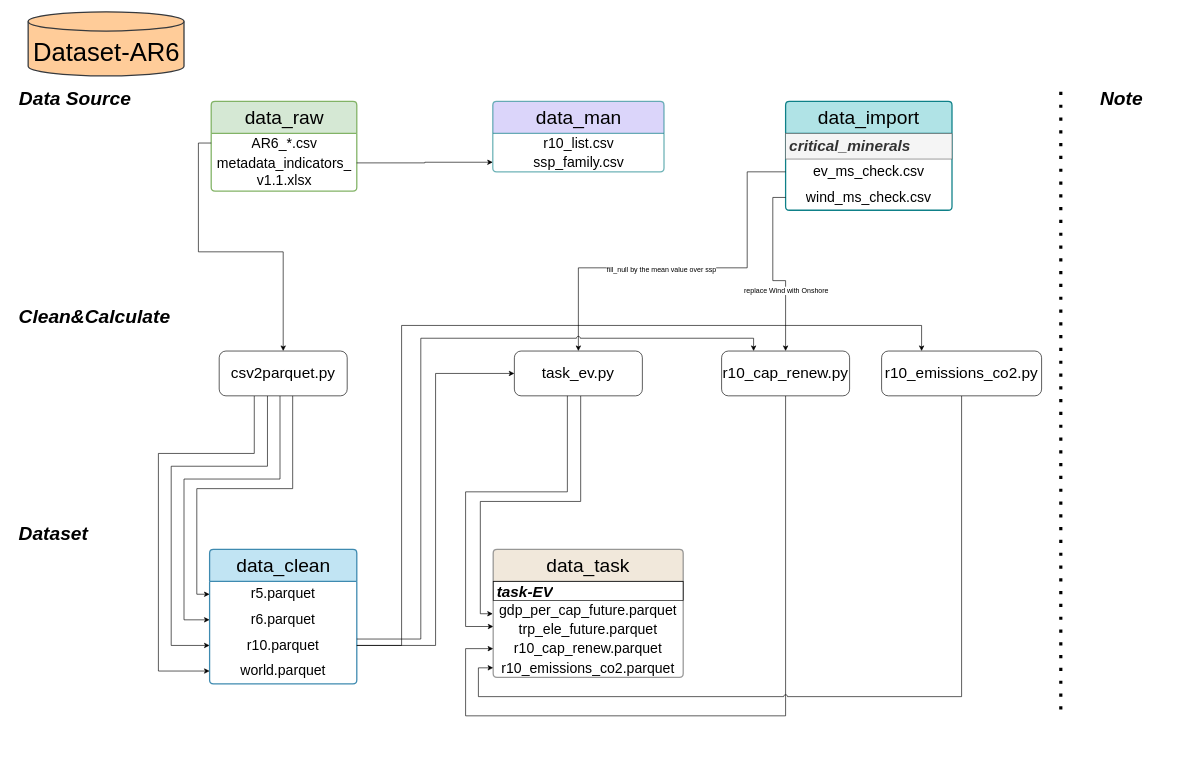
jenchen95/dataset-ar6 keeps this draw.io diagram as structure.drawio. Above is the earlier version. Source tidied: cells renumbered, new cells numbered last; positions are measured from the earlier drawing's top-left corner, leaving out a move shared by most shapes. Both pictures are drawn from the tidied source at 64%, with x=0, y=0 at pixel (11, 12).
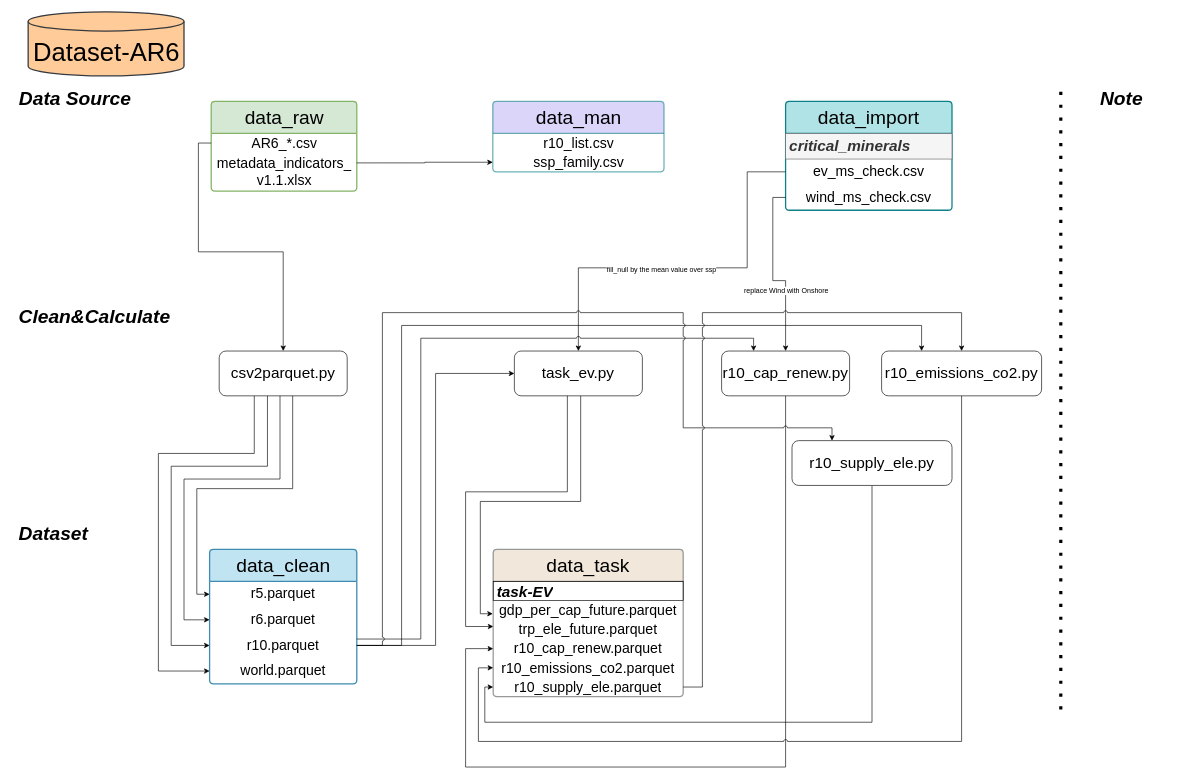
The same page after the edit.

The change refers to these unchanged cells:
```xml
<mxCell id="29" value="&lt;font style=&quot;font-size: 22px;&quot;&gt;r10_cap_renew.parquet&lt;/font&gt;" style="text;strokeColor=none;fillColor=none;align=center;verticalAlign=middle;spacingLeft=4;spacingRight=4;overflow=hidden;points=[[0,0.5],[1,0.5]];portConstraint=eastwest;whiteSpace=wrap;html=1;" parent="25" vertex="1">
  <mxGeometry y="140" width="296.9" height="30" as="geometry" />
</mxCell>
<mxCell id="30" value="&lt;font style=&quot;font-size: 22px;&quot;&gt;r10_emissions_co2.parquet&lt;/font&gt;" style="text;strokeColor=none;fillColor=none;align=center;verticalAlign=middle;spacingLeft=4;spacingRight=4;overflow=hidden;points=[[0,0.5],[1,0.5]];portConstraint=eastwest;whiteSpace=wrap;html=1;" parent="25" vertex="1">
  <mxGeometry y="170" width="296.9" height="30" as="geometry" />
</mxCell>
<mxCell id="37" value="r10.parquet" style="text;strokeColor=none;fillColor=none;align=center;verticalAlign=top;spacingLeft=4;spacingRight=4;overflow=hidden;points=[[0,0.5],[1,0.5]];portConstraint=eastwest;whiteSpace=wrap;html=1;fontSize=22;" parent="34" vertex="1">
  <mxGeometry y="130" width="230" height="40" as="geometry" />
</mxCell>
<mxCell id="44" value="&lt;font style=&quot;font-size: 24px;&quot;&gt;r10_cap_renew.py&lt;/font&gt;" style="rounded=1;whiteSpace=wrap;html=1;" parent="1" vertex="1">
  <mxGeometry x="1110" y="530" width="200" height="70" as="geometry" />
</mxCell>
<mxCell id="49" value="&lt;font style=&quot;font-size: 24px;&quot;&gt;r10_emissions_co2.py&lt;/font&gt;" style="rounded=1;whiteSpace=wrap;html=1;" parent="1" vertex="1">
  <mxGeometry x="1360" y="530" width="250" height="70" as="geometry" />
</mxCell>
```

The edit, as a diff of the source:
```diff
@@
     <mxCell id="25" value="&lt;span style=&quot;font-size: 30px;&quot;&gt;data_task&lt;/span&gt;" style="swimlane;fontStyle=0;horizontal=1;startSize=50;whiteSpace=wrap;html=1;fillColor=#eee3d3;strokeColor=#808080;rounded=1;align=center;fillStyle=auto;strokeWidth=2;shadow=0;dashed=0;arcSize=4;opacity=80;" parent="1" vertex="1">
-      <mxGeometry x="753.1" y="840" width="296.9" height="200" as="geometry" />
+      <mxGeometry x="753.1" y="840" width="296.9" height="230" as="geometry" />
     </mxCell>
@@
+    <mxCell id="51" value="&lt;font style=&quot;font-size: 22px;&quot;&gt;r10_supply_ele.parquet&lt;/font&gt;" style="text;strokeColor=none;fillColor=none;align=center;verticalAlign=middle;spacingLeft=4;spacingRight=4;overflow=hidden;points=[[0,0.5],[1,0.5]];portConstraint=eastwest;whiteSpace=wrap;html=1;" parent="25" vertex="1">
+      <mxGeometry y="200" width="296.9" height="30" as="geometry" />
+    </mxCell>
@@
     <mxCell id="43" style="edgeStyle=orthogonalEdgeStyle;rounded=0;jettySize=auto;html=1;exitX=0.5;exitY=1;exitDx=0;exitDy=0;entryX=0;entryY=0.5;entryDx=0;entryDy=0;" parent="1" edge="1" source="44" target="29">
       <mxGeometry relative="1" as="geometry">
         <Array as="points">
-          <mxPoint x="1210" y="1100" />
-          <mxPoint x="710" y="1100" />
+          <mxPoint x="1210" y="1180" />
+          <mxPoint x="710" y="1180" />
           <mxPoint x="710" y="995" />
         </Array>
       </mxGeometry>
     </mxCell>
@@
     <mxCell id="48" style="edgeStyle=orthogonalEdgeStyle;rounded=0;jettySize=auto;html=1;exitX=0.5;exitY=1;exitDx=0;exitDy=0;entryX=0;entryY=0.5;entryDx=0;entryDy=0;jumpStyle=arc;" parent="1" edge="1" source="49" target="30">
       <mxGeometry relative="1" as="geometry">
         <Array as="points">
-          <mxPoint x="1485" y="1070" />
-          <mxPoint x="730" y="1070" />
+          <mxPoint x="1485" y="1140" />
+          <mxPoint x="730" y="1140" />
           <mxPoint x="730" y="1025" />
         </Array>
       </mxGeometry>
     </mxCell>
@@
+    <mxCell id="52" style="edgeStyle=orthogonalEdgeStyle;rounded=0;jettySize=auto;html=1;exitX=0.5;exitY=1;exitDx=0;exitDy=0;entryX=0;entryY=0.5;entryDx=0;entryDy=0;" parent="1" edge="1" source="53" target="51">
+      <mxGeometry relative="1" as="geometry">
+        <Array as="points">
+          <mxPoint x="1345" y="1110" />
+          <mxPoint x="740" y="1110" />
+          <mxPoint x="740" y="1055" />
+        </Array>
+      </mxGeometry>
+    </mxCell>
+    <mxCell id="53" value="&lt;font style=&quot;font-size: 24px;&quot;&gt;r10_supply_ele.py&lt;/font&gt;" style="rounded=1;whiteSpace=wrap;html=1;" parent="1" vertex="1">
+      <mxGeometry x="1220" y="670" width="250" height="70" as="geometry" />
+    </mxCell>
+    <mxCell id="54" style="edgeStyle=orthogonalEdgeStyle;rounded=0;jettySize=auto;html=1;exitX=1;exitY=0.5;exitDx=0;exitDy=0;entryX=0.25;entryY=0;entryDx=0;entryDy=0;jumpStyle=arc;" parent="1" edge="1" source="37" target="53">
+      <mxGeometry relative="1" as="geometry">
+        <Array as="points">
+          <mxPoint x="580" y="990" />
+          <mxPoint x="580" y="470" />
+          <mxPoint x="1050" y="470" />
+          <mxPoint x="1050" y="650" />
+          <mxPoint x="1282" y="650" />
+        </Array>
+      </mxGeometry>
+    </mxCell>
+    <mxCell id="55" style="edgeStyle=orthogonalEdgeStyle;rounded=0;jettySize=auto;html=1;exitX=1;exitY=0.5;exitDx=0;exitDy=0;entryX=0.5;entryY=0;entryDx=0;entryDy=0;jumpStyle=arc;" parent="1" edge="1" source="51" target="49">
+      <mxGeometry relative="1" as="geometry">
+        <Array as="points">
+          <mxPoint x="1080" y="1055" />
+          <mxPoint x="1080" y="470" />
+          <mxPoint x="1485" y="470" />
+        </Array>
+      </mxGeometry>
+    </mxCell>
```
